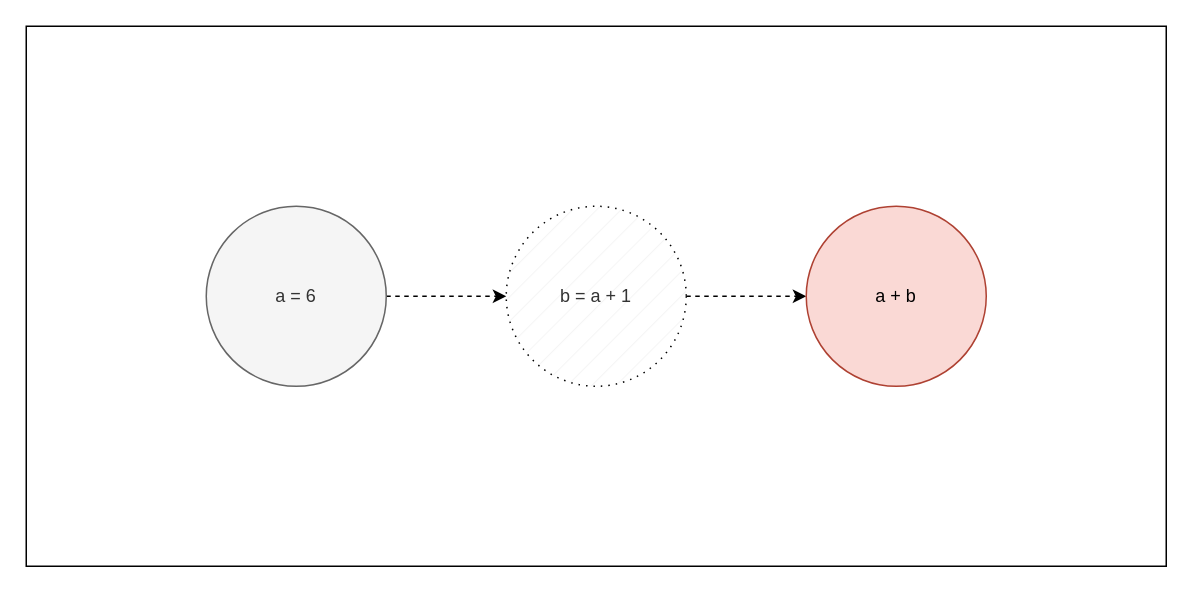
Above: content/posts/marimo-overview/notebooks/hidden_states/dags/marimo_delete_b.drawio in undeMalum/portfolio (draw.io), before the change. Source tidied: cells renumbered, new cells numbered last; positions are measured from the earlier drawing's top-left corner, leaving out a move shared by most shapes. Both pictures are drawn from the tidied source at 150%, with x=0, y=0 at pixel (26, 26).
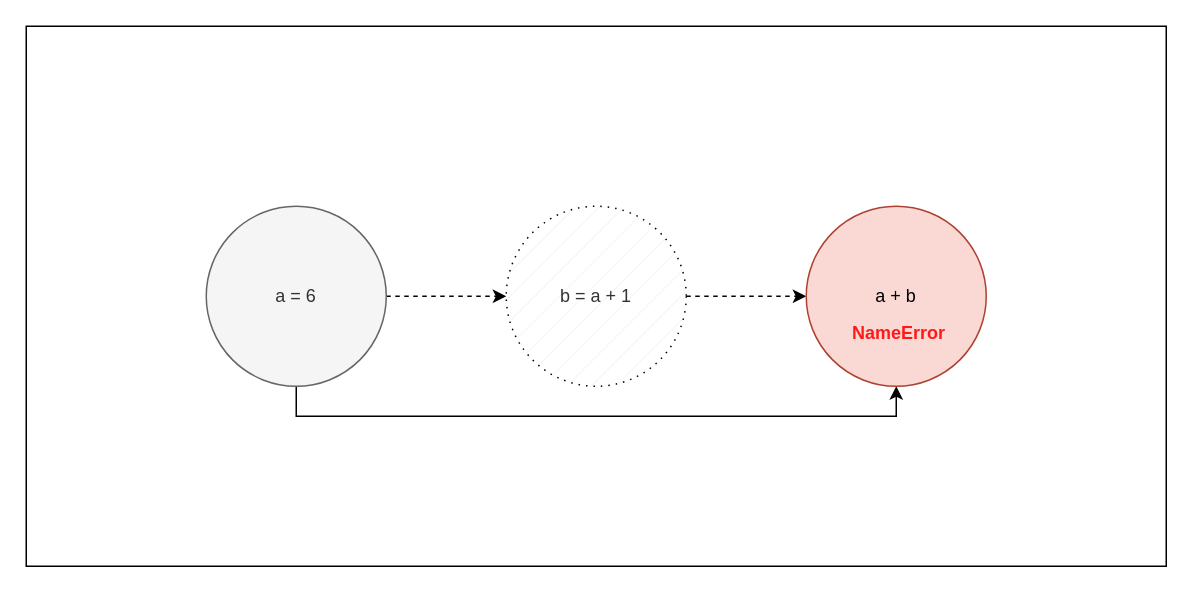
The same page after the edit.

Commit message (it also covers changes not shown here):
Repair marimo DAG diagram

Change to the diagram source:
```diff
@@
 <mxGraphModel>
   <root>
     <mxCell id="0" />
     <mxCell id="1" parent="0" />
     <mxCell id="2" style="rounded=0;whiteSpace=wrap;html=1;fillStyle=solid;fillColor=light-dark(#ffffff, #ededed);" parent="1" vertex="1">
       <mxGeometry width="760" height="360" as="geometry" />
     </mxCell>
     <mxCell id="3" style="edgeStyle=orthogonalEdgeStyle;rounded=0;jettySize=auto;html=1;exitX=1;exitY=0.5;exitDx=0;exitDy=0;dashed=1;" parent="1" edge="1" source="4" target="6">
       <mxGeometry relative="1" as="geometry" />
     </mxCell>
+    <mxCell id="8" style="edgeStyle=orthogonalEdgeStyle;rounded=0;jettySize=auto;html=1;exitX=0.5;exitY=1;exitDx=0;exitDy=0;entryX=1;entryY=0.5;entryDx=0;entryDy=0;" parent="1" edge="1" source="4" target="7">
+      <mxGeometry relative="1" as="geometry" />
+    </mxCell>
     <mxCell id="4" value="a = 6" style="ellipse;whiteSpace=wrap;html=1;fillColor=#f5f5f5;fontColor=#333333;strokeColor=#666666;" parent="1" vertex="1">
       <mxGeometry x="120" y="120" width="120" height="120" as="geometry" />
     </mxCell>
     <mxCell id="5" style="edgeStyle=orthogonalEdgeStyle;rounded=0;jettySize=auto;html=1;exitX=1;exitY=0.5;exitDx=0;exitDy=0;dashed=1;" parent="1" edge="1" source="6" target="7">
       <mxGeometry relative="1" as="geometry" />
     </mxCell>
     <mxCell id="6" value="b = a + 1" style="ellipse;whiteSpace=wrap;html=1;fillColor=#f5f5f5;fontColor=#333333;strokeColor=default;dashed=1;dashPattern=1 4;fillStyle=hatch;" parent="1" vertex="1">
       <mxGeometry x="320" y="120" width="120" height="120" as="geometry" />
     </mxCell>
     <mxCell id="7" value="a + b" style="ellipse;whiteSpace=wrap;html=1;fillColor=#fad9d5;strokeColor=#ae4132;direction=south;" parent="1" vertex="1">
       <mxGeometry x="520" y="120" width="120" height="120" as="geometry" />
     </mxCell>
+    <mxCell id="9" value="&lt;font style=&quot;color: light-dark(rgb(255, 26, 26), rgb(237, 237, 237));&quot;&gt;&lt;b&gt;NameError&lt;/b&gt;&lt;/font&gt;" style="text;html=1;align=center;verticalAlign=middle;whiteSpace=wrap;rounded=0;" parent="1" vertex="1">
+      <mxGeometry x="552" y="190" width="60" height="30" as="geometry" />
+    </mxCell>
   </root>
 </mxGraphModel>
```
